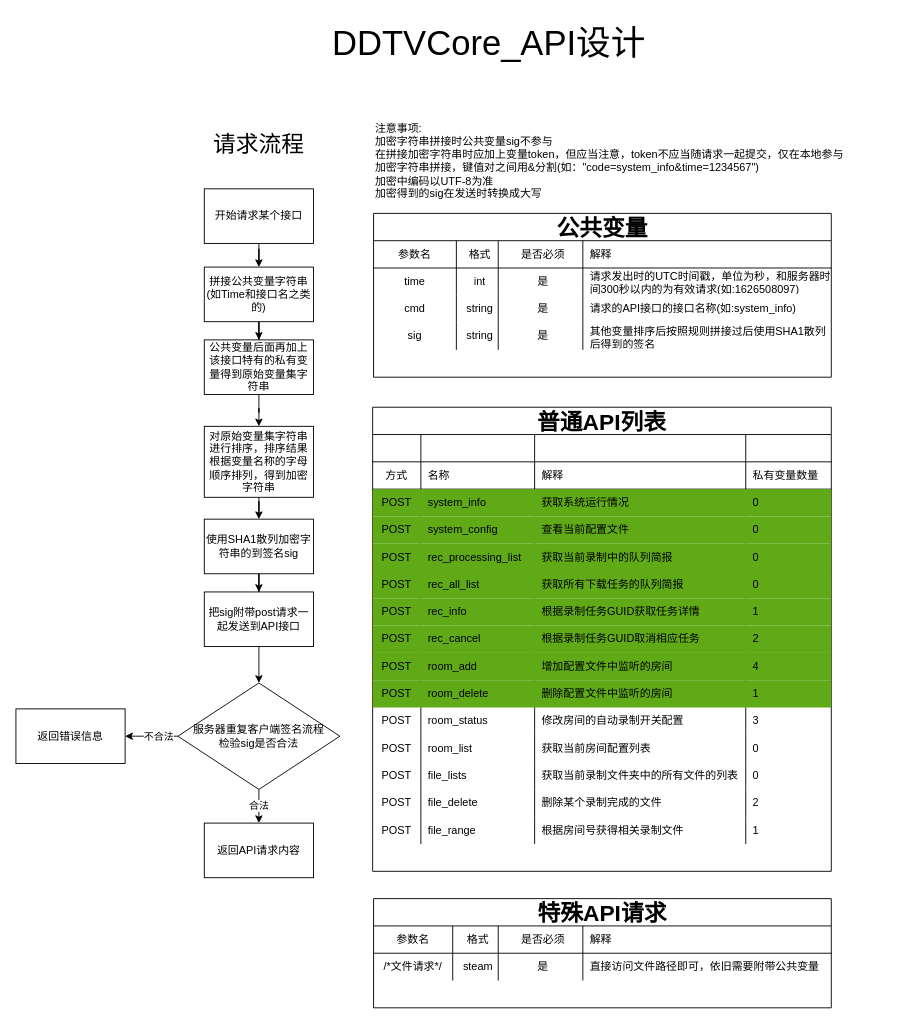
Before: Dev/API.drawio in CHKZL/DDTV, a draw.io diagram. Source tidied: cells renumbered, new cells numbered last; positions are measured from the earlier drawing's top-left corner, leaving out a move shared by most shapes. Both pictures are drawn from the tidied source at 91%, with x=0, y=0 at pixel (15, 15).
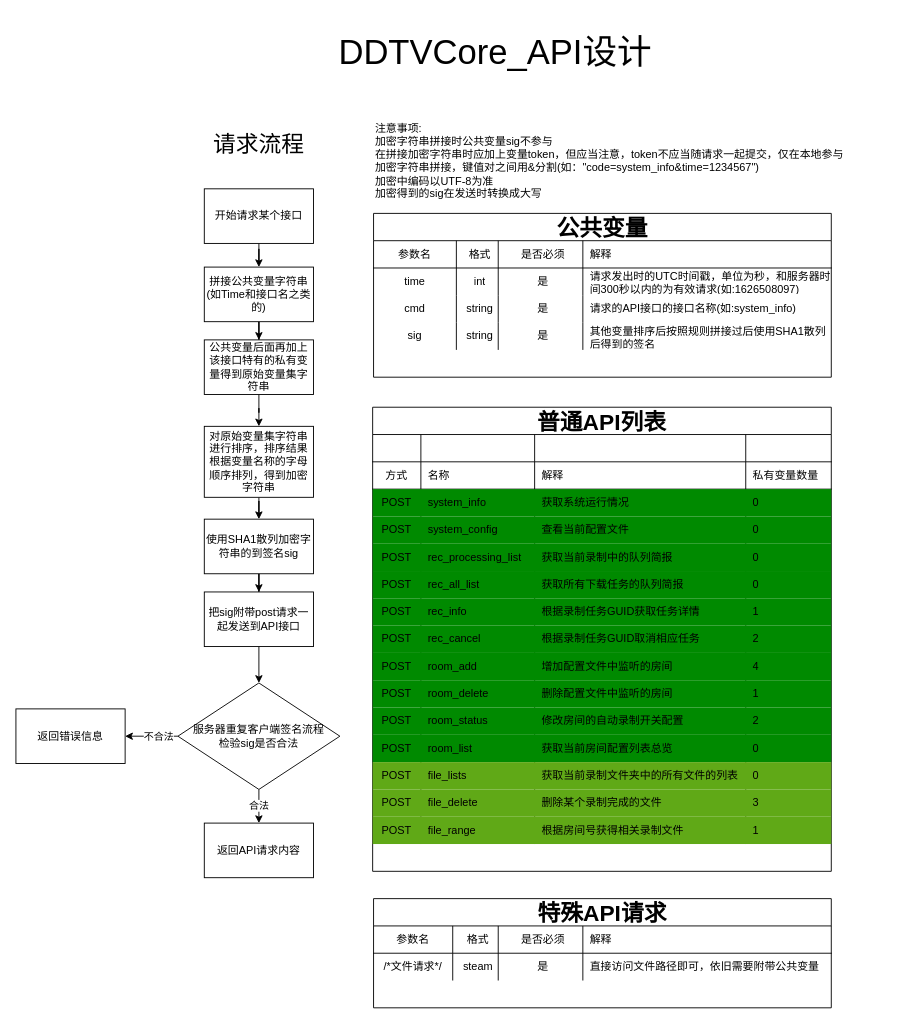
After the change.

The change refers to these unchanged cells:
```xml
<mxCell id="19" value="普通API列表" style="shape=table;html=1;whiteSpace=wrap;startSize=30;childLayout=tableLayout;rowLines=0;fontStyle=1;align=center;fontSize=25;" parent="1" vertex="1">
  <mxGeometry x="392" y="430" width="504" height="510" as="geometry" />
</mxCell>
```

The edit, as a diff of the source:
```diff
@@
-    <mxCell id="30" style="shape=partialRectangle;html=1;whiteSpace=wrap;fillColor=#60a917;top=0;left=0;bottom=0;right=0;strokeColor=#2D7600;fontColor=#ffffff;" parent="19" vertex="1">
+    <mxCell id="30" style="shape=partialRectangle;html=1;whiteSpace=wrap;fillColor=#008a00;top=0;left=0;bottom=0;right=0;strokeColor=#005700;fontColor=#ffffff;" parent="19" vertex="1">
       <mxGeometry y="90" width="504" height="30" as="geometry" />
     </mxCell>
@@
-    <mxCell id="35" style="shape=partialRectangle;html=1;whiteSpace=wrap;fillColor=#60a917;top=0;left=0;bottom=0;right=0;strokeColor=#2D7600;fontColor=#ffffff;" parent="19" vertex="1">
+    <mxCell id="35" style="shape=partialRectangle;html=1;whiteSpace=wrap;fillColor=#008a00;top=0;left=0;bottom=0;right=0;strokeColor=#005700;fontColor=#ffffff;" parent="19" vertex="1">
       <mxGeometry y="120" width="504" height="30" as="geometry" />
     </mxCell>
@@
-    <mxCell id="40" style="shape=partialRectangle;html=1;whiteSpace=wrap;fillColor=#60a917;top=0;left=0;bottom=0;right=0;strokeColor=#2D7600;fontColor=#ffffff;" parent="19" vertex="1">
+    <mxCell id="40" style="shape=partialRectangle;html=1;whiteSpace=wrap;fillColor=#008a00;top=0;left=0;bottom=0;right=0;strokeColor=#005700;fontColor=#ffffff;" parent="19" vertex="1">
       <mxGeometry y="150" width="504" height="30" as="geometry" />
     </mxCell>
@@
-    <mxCell id="45" style="shape=partialRectangle;html=1;whiteSpace=wrap;fillColor=#60a917;top=0;left=0;bottom=0;right=0;strokeColor=#2D7600;fontColor=#ffffff;" parent="19" vertex="1">
+    <mxCell id="45" style="shape=partialRectangle;html=1;whiteSpace=wrap;fillColor=#008a00;top=0;left=0;bottom=0;right=0;strokeColor=#005700;fontColor=#ffffff;" parent="19" vertex="1">
       <mxGeometry y="180" width="504" height="30" as="geometry" />
     </mxCell>
@@
-    <mxCell id="50" style="shape=partialRectangle;html=1;whiteSpace=wrap;fillColor=#60a917;top=0;left=0;bottom=0;right=0;strokeColor=#2D7600;fontColor=#ffffff;" parent="19" vertex="1">
+    <mxCell id="50" style="shape=partialRectangle;html=1;whiteSpace=wrap;fillColor=#008a00;top=0;left=0;bottom=0;right=0;strokeColor=#005700;fontColor=#ffffff;" parent="19" vertex="1">
       <mxGeometry y="210" width="504" height="30" as="geometry" />
     </mxCell>
@@
-    <mxCell id="55" style="shape=partialRectangle;html=1;whiteSpace=wrap;fillColor=#60a917;top=0;left=0;bottom=0;right=0;strokeColor=#2D7600;fontColor=#ffffff;" parent="19" vertex="1">
+    <mxCell id="55" style="shape=partialRectangle;html=1;whiteSpace=wrap;fillColor=#008a00;top=0;left=0;bottom=0;right=0;strokeColor=#005700;fontColor=#ffffff;" parent="19" vertex="1">
       <mxGeometry y="240" width="504" height="30" as="geometry" />
     </mxCell>
@@
-    <mxCell id="60" style="shape=partialRectangle;html=1;whiteSpace=wrap;fillColor=#60a917;top=0;left=0;bottom=0;right=0;strokeColor=#2D7600;fontColor=#ffffff;" parent="19" vertex="1">
+    <mxCell id="60" style="shape=partialRectangle;html=1;whiteSpace=wrap;fillColor=#008a00;top=0;left=0;bottom=0;right=0;strokeColor=#005700;fontColor=#ffffff;" parent="19" vertex="1">
       <mxGeometry y="270" width="504" height="30" as="geometry" />
     </mxCell>
@@
-    <mxCell id="65" style="shape=partialRectangle;html=1;whiteSpace=wrap;fillColor=#60a917;top=0;left=0;bottom=0;right=0;strokeColor=#2D7600;fontColor=#ffffff;" parent="19" vertex="1">
+    <mxCell id="65" style="shape=partialRectangle;html=1;whiteSpace=wrap;fillColor=#008a00;top=0;left=0;bottom=0;right=0;strokeColor=#005700;fontColor=#ffffff;" parent="19" vertex="1">
       <mxGeometry y="300" width="504" height="30" as="geometry" />
     </mxCell>
@@
-    <mxCell id="70" style="shape=partialRectangle;html=1;whiteSpace=wrap;fillColor=none;top=0;left=0;bottom=0;right=0;" parent="19" vertex="1">
+    <mxCell id="70" style="shape=partialRectangle;html=1;whiteSpace=wrap;fillColor=#008a00;top=0;left=0;bottom=0;right=0;strokeColor=#005700;fontColor=#ffffff;" parent="19" vertex="1">
       <mxGeometry y="330" width="504" height="30" as="geometry" />
     </mxCell>
@@
-    <mxCell id="74" value="3" style="shape=partialRectangle;html=1;whiteSpace=wrap;fillColor=none;top=0;left=0;bottom=0;right=0;align=left;spacingLeft=6;overflow=hidden;" parent="70" vertex="1">
+    <mxCell id="74" value="2" style="shape=partialRectangle;html=1;whiteSpace=wrap;fillColor=none;top=0;left=0;bottom=0;right=0;align=left;spacingLeft=6;overflow=hidden;" parent="70" vertex="1">
       <mxGeometry x="410" width="94" height="30" as="geometry" />
     </mxCell>
-    <mxCell id="75" style="shape=partialRectangle;html=1;whiteSpace=wrap;fillColor=none;top=0;left=0;bottom=0;right=0;" parent="19" vertex="1">
+    <mxCell id="75" style="shape=partialRectangle;html=1;whiteSpace=wrap;fillColor=#008a00;top=0;left=0;bottom=0;right=0;strokeColor=#005700;fontColor=#ffffff;" parent="19" vertex="1">
       <mxGeometry y="360" width="504" height="30" as="geometry" />
     </mxCell>
@@
-    <mxCell id="78" value="获取当前房间配置列表" style="shape=partialRectangle;html=1;whiteSpace=wrap;fillColor=none;top=0;left=0;bottom=0;right=0;align=left;spacingLeft=6;overflow=hidden;" parent="75" vertex="1">
+    <mxCell id="78" value="获取当前房间配置列表总览" style="shape=partialRectangle;html=1;whiteSpace=wrap;fillColor=none;top=0;left=0;bottom=0;right=0;align=left;spacingLeft=6;overflow=hidden;" parent="75" vertex="1">
       <mxGeometry x="178" width="232" height="30" as="geometry" />
     </mxCell>
@@
-    <mxCell id="80" style="shape=partialRectangle;html=1;whiteSpace=wrap;fillColor=none;top=0;left=0;bottom=0;right=0;" parent="19" vertex="1">
+    <mxCell id="80" style="shape=partialRectangle;html=1;whiteSpace=wrap;fillColor=#60a917;top=0;left=0;bottom=0;right=0;strokeColor=#2D7600;fontColor=#ffffff;" parent="19" vertex="1">
       <mxGeometry y="390" width="504" height="30" as="geometry" />
     </mxCell>
@@
-    <mxCell id="85" style="shape=partialRectangle;html=1;whiteSpace=wrap;fillColor=none;top=0;left=0;bottom=0;right=0;" parent="19" vertex="1">
+    <mxCell id="85" style="shape=partialRectangle;html=1;whiteSpace=wrap;fillColor=#60a917;top=0;left=0;bottom=0;right=0;strokeColor=#2D7600;fontColor=#ffffff;" parent="19" vertex="1">
       <mxGeometry y="420" width="504" height="30" as="geometry" />
     </mxCell>
@@
-    <mxCell id="89" value="2" style="shape=partialRectangle;html=1;whiteSpace=wrap;fillColor=none;top=0;left=0;bottom=0;right=0;align=left;spacingLeft=6;overflow=hidden;" parent="85" vertex="1">
+    <mxCell id="89" value="3" style="shape=partialRectangle;html=1;whiteSpace=wrap;fillColor=none;top=0;left=0;bottom=0;right=0;align=left;spacingLeft=6;overflow=hidden;" parent="85" vertex="1">
       <mxGeometry x="410" width="94" height="30" as="geometry" />
     </mxCell>
-    <mxCell id="90" style="shape=partialRectangle;html=1;whiteSpace=wrap;fillColor=none;top=0;left=0;bottom=0;right=0;" parent="19" vertex="1">
+    <mxCell id="90" style="shape=partialRectangle;html=1;whiteSpace=wrap;fillColor=#60a917;top=0;left=0;bottom=0;right=0;strokeColor=#2D7600;fontColor=#ffffff;" parent="19" vertex="1">
       <mxGeometry y="450" width="504" height="30" as="geometry" />
     </mxCell>
@@
     <mxCell id="130" value="DDTVCore_API设计" style="text;html=1;strokeColor=none;fillColor=none;align=center;verticalAlign=middle;whiteSpace=wrap;rounded=0;fontSize=38;" parent="1" vertex="1">
-      <mxGeometry x="320" width="400" height="60" as="geometry" />
+      <mxGeometry x="327" y="10" width="400" height="60" as="geometry" />
     </mxCell>
```
